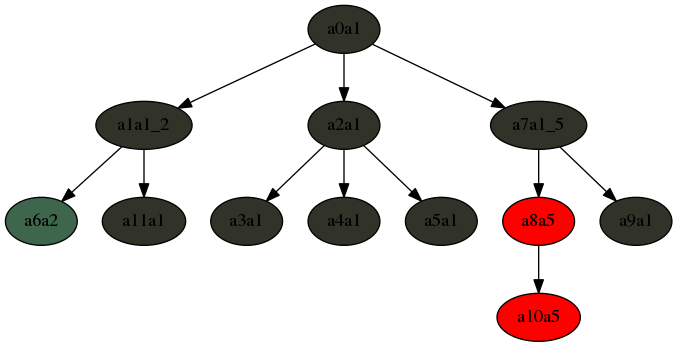
Earlier version of the Graphviz export fitch_step_1.png (MenshovSergey/Fitch). Its source is kept beside it as fitch_step_1.dot.
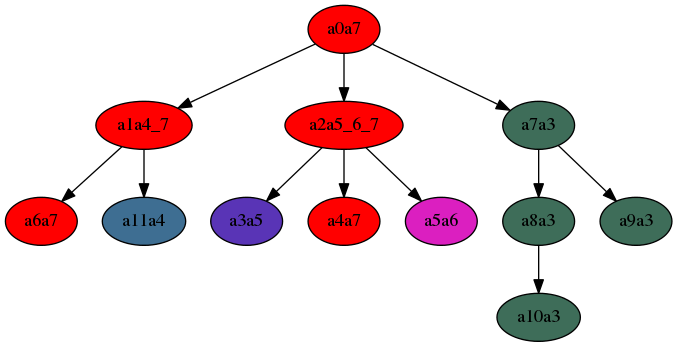
Above is the later version.

Diff of the diagram source:
```diff
@@ -1,25 +1,25 @@
 digraph fitch_step_1{
-a0a1 [style=filled,fillcolor="0.2 0.2 0.2"]
-a0a1->a1a1_2;
-a1a1_2 [style=filled,fillcolor="0.2 0.2 0.2"]
-a1a1_2->a6a2;
-a6a2 [style=filled,fillcolor="0.4 0.4 0.4"]
-a1a1_2->a11a1;
-a11a1 [style=filled,fillcolor="0.2 0.2 0.2"]
-a0a1->a2a1;
-a2a1 [style=filled,fillcolor="0.2 0.2 0.2"]
-a2a1->a3a1;
-a3a1 [style=filled,fillcolor="0.2 0.2 0.2"]
-a2a1->a4a1;
-a4a1 [style=filled,fillcolor="0.2 0.2 0.2"]
-a2a1->a5a1;
-a5a1 [style=filled,fillcolor="0.2 0.2 0.2"]
-a0a1->a7a1_5;
-a7a1_5 [style=filled,fillcolor="0.2 0.2 0.2"]
-a7a1_5->a8a5;
-a8a5 [style=filled,fillcolor="1.0 1.0 1.0"]
-a8a5->a10a5;
-a10a5 [style=filled,fillcolor="1.0 1.0 1.0"]
-a7a1_5->a9a1;
-a9a1 [style=filled,fillcolor="0.2 0.2 0.2"]
+a0a7 [style=filled,fillcolor="1.0 1.0 1.0"]
+a0a7->a1a4_7;
+a1a4_7 [style=filled,fillcolor="1.0 1.0 1.0"]
+a1a4_7->a6a7;
+a6a7 [style=filled,fillcolor="1.0 1.0 1.0"]
+a1a4_7->a11a4;
+a11a4 [style=filled,fillcolor="0.5714285714285714 0.5714285714285714 0.5714285714285714"]
+a0a7->a2a5_6_7;
+a2a5_6_7 [style=filled,fillcolor="1.0 1.0 1.0"]
+a2a5_6_7->a3a5;
+a3a5 [style=filled,fillcolor="0.7142857142857143 0.7142857142857143 0.7142857142857143"]
+a2a5_6_7->a4a7;
+a4a7 [style=filled,fillcolor="1.0 1.0 1.0"]
+a2a5_6_7->a5a6;
+a5a6 [style=filled,fillcolor="0.8571428571428571 0.8571428571428571 0.8571428571428571"]
+a0a7->a7a3;
+a7a3 [style=filled,fillcolor="0.42857142857142855 0.42857142857142855 0.42857142857142855"]
+a7a3->a8a3;
+a8a3 [style=filled,fillcolor="0.42857142857142855 0.42857142857142855 0.42857142857142855"]
+a8a3->a10a3;
+a10a3 [style=filled,fillcolor="0.42857142857142855 0.42857142857142855 0.42857142857142855"]
+a7a3->a9a3;
+a9a3 [style=filled,fillcolor="0.42857142857142855 0.42857142857142855 0.42857142857142855"]
 }
```
